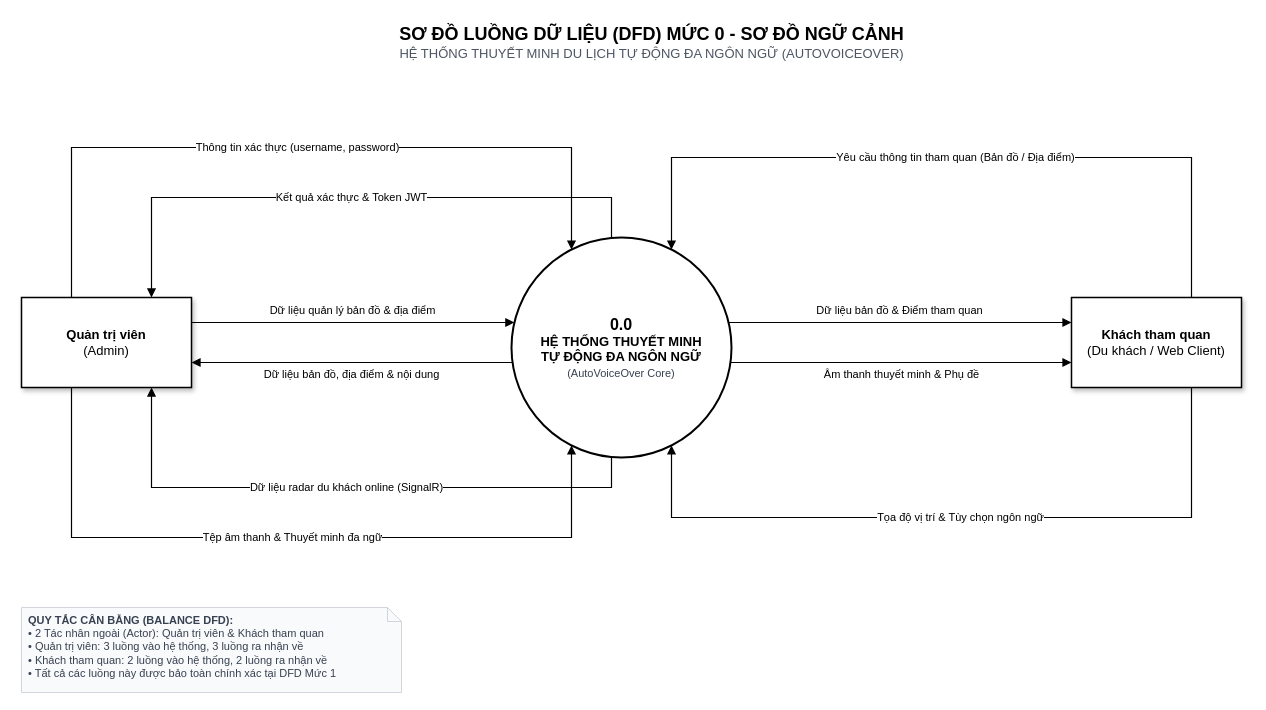
This is DFD/DFD_0/DFD-Muc-0.drawio.xml from imqhyy/CNPM, a draw.io file, before an edit. Source tidied: cells renumbered, new cells numbered last; positions are measured from the earlier drawing's top-left corner, leaving out a move shared by most shapes. Both pictures are drawn from the tidied source at 100%, with x=0, y=0 at pixel (21, 17).
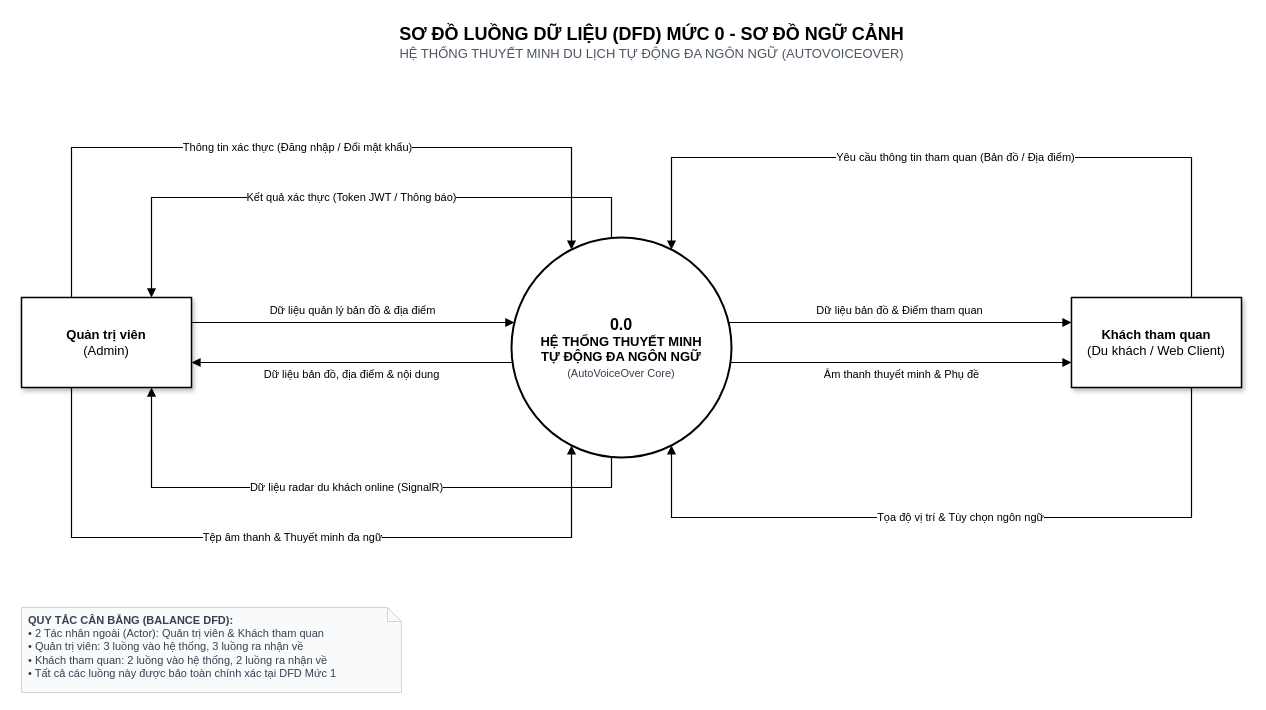
Above is the later version.

The change refers to these unchanged cells:
```xml
<mxCell id="3" value="&lt;b&gt;Quản trị viên&lt;/b&gt;&lt;br&gt;(Admin)" style="rounded=0;whiteSpace=wrap;html=1;shadow=1;strokeColor=#000000;strokeWidth=1.5;fillColor=#ffffff;fontFamily=Helvetica;fontSize=13;align=center;verticalAlign=middle;" parent="1" vertex="1">
  <mxGeometry y="280" width="170" height="90" as="geometry" />
</mxCell>
<mxCell id="4" value="&lt;b style=&quot;font-size: 16px;&quot;&gt;0.0&lt;/b&gt;&lt;br&gt;&lt;b style=&quot;font-size: 13px;&quot;&gt;HỆ THỐNG THUYẾT MINH&lt;br&gt;TỰ ĐỘNG ĐA NGÔN NGỮ&lt;/b&gt;&lt;br&gt;&lt;span style=&quot;font-size: 11px; color: #374151;&quot;&gt;(AutoVoiceOver Core)&lt;/span&gt;" style="ellipse;whiteSpace=wrap;html=1;strokeColor=#000000;strokeWidth=2;fillColor=#ffffff;fontFamily=Helvetica;fontSize=13;align=center;verticalAlign=middle;" parent="1" vertex="1">
  <mxGeometry x="490" y="220" width="220" height="220" as="geometry" />
</mxCell>
```

The edit, as a diff of the source:
```diff
@@
-    <mxCell id="6" value="Thông tin xác thực (username, password)" style="edgeStyle=orthogonalEdgeStyle;rounded=0;jettySize=auto;html=1;endArrow=block;endFill=1;strokeColor=#000000;strokeWidth=1.2;fontFamily=Helvetica;fontSize=11;labelBackgroundColor=#ffffff;" parent="1" edge="1" source="3" target="4">
+    <mxCell id="6" value="Thông tin xác thực (Đăng nhập / Đổi mật khẩu)" style="edgeStyle=orthogonalEdgeStyle;rounded=0;jettySize=auto;html=1;endArrow=block;endFill=1;strokeColor=#000000;strokeWidth=1.2;fontFamily=Helvetica;fontSize=11;labelBackgroundColor=#ffffff;" parent="1" edge="1" source="3" target="4">
       <mxGeometry relative="1" as="geometry">
         <Array as="points">
           <mxPoint x="50" y="130" />
           <mxPoint x="550" y="130" />
         </Array>
       </mxGeometry>
     </mxCell>
@@
-    <mxCell id="9" value="Kết quả xác thực &amp; Token JWT" style="edgeStyle=orthogonalEdgeStyle;rounded=0;jettySize=auto;html=1;endArrow=block;endFill=1;strokeColor=#000000;strokeWidth=1.2;fontFamily=Helvetica;fontSize=11;labelBackgroundColor=#ffffff;" parent="1" edge="1" source="4" target="3">
+    <mxCell id="9" value="Kết quả xác thực (Token JWT / Thông báo)" style="edgeStyle=orthogonalEdgeStyle;rounded=0;jettySize=auto;html=1;endArrow=block;endFill=1;strokeColor=#000000;strokeWidth=1.2;fontFamily=Helvetica;fontSize=11;labelBackgroundColor=#ffffff;" parent="1" edge="1" source="4" target="3">
       <mxGeometry relative="1" as="geometry">
         <Array as="points">
           <mxPoint x="590" y="180" />
           <mxPoint x="130" y="180" />
         </Array>
       </mxGeometry>
     </mxCell>
```
